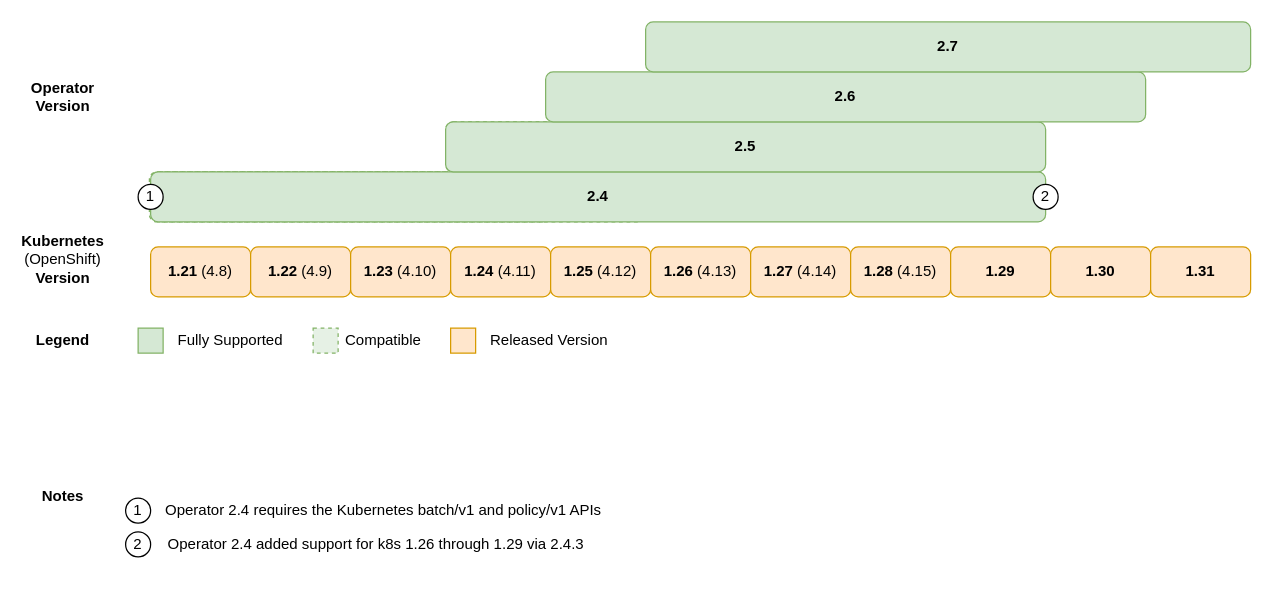
The draw.io diagram page "Compat Kuberentes" (1 of 3) of docs/dev/drawio-charts/k8s-compat.drawio in couchbase/couchbase-operator, before the edit. Source tidied: cells renumbered, new cells numbered last; positions are measured from the earlier drawing's top-left corner, leaving out a move shared by most shapes. Both pictures are drawn from the tidied source at 125%, with x=0, y=0 at pixel (25, 21).
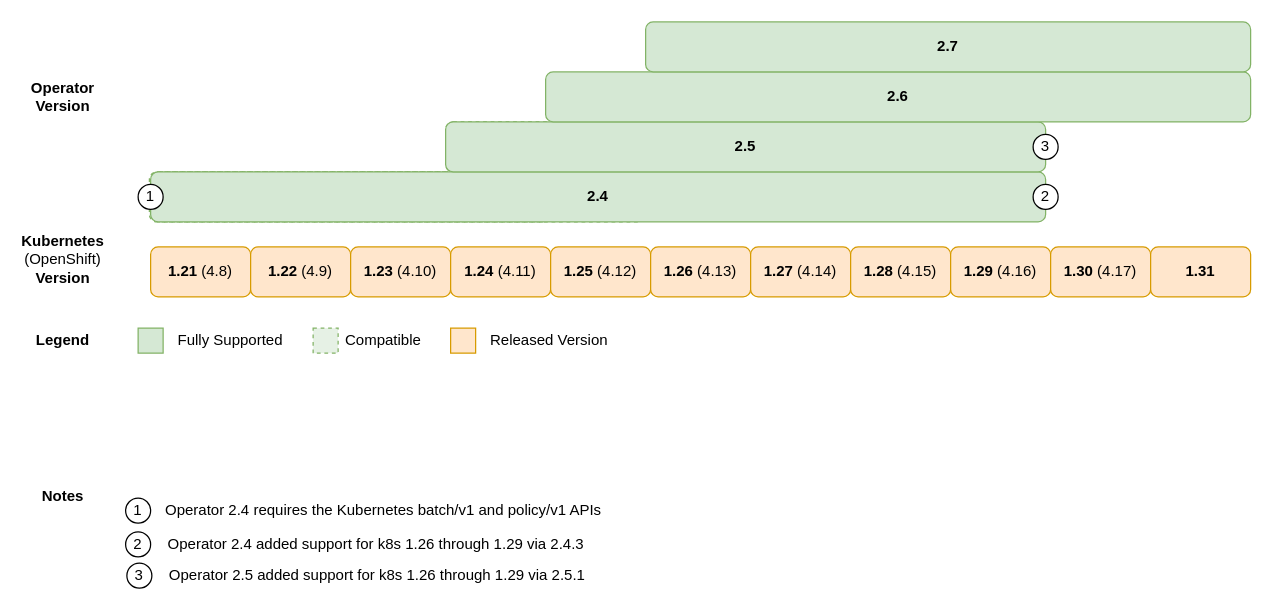
The same page after the edit.

Commit message (it also covers changes not shown here):
K8S-3653 - Update Platform Support

* Update platform support to add Openshift 4.17 to 2.7.0

Diff of the diagram source:
```diff
@@
     <mxCell id="28" value="&lt;b&gt;2.6&lt;/b&gt;" style="rounded=1;whiteSpace=wrap;html=1;fillColor=#d5e8d4;strokeColor=#82b366;" parent="1" vertex="1">
-      <mxGeometry x="416" y="40" width="480" height="40" as="geometry" />
+      <mxGeometry x="416" y="40" width="564" height="40" as="geometry" />
     </mxCell>
-    <mxCell id="29" value="&lt;b&gt;1.29&lt;/b&gt;" style="rounded=1;whiteSpace=wrap;html=1;fillColor=#ffe6cc;strokeColor=#d79b00;" parent="1" vertex="1">
+    <mxCell id="29" value="&lt;b&gt;1.29 &lt;/b&gt;(4.16)" style="rounded=1;whiteSpace=wrap;html=1;fillColor=#ffe6cc;strokeColor=#d79b00;" parent="1" vertex="1">
       <mxGeometry x="740" y="180" width="80" height="40" as="geometry" />
     </mxCell>
@@
-    <mxCell id="33" value="&lt;b&gt;1.30&lt;/b&gt;" style="rounded=1;whiteSpace=wrap;html=1;fillColor=#ffe6cc;strokeColor=#d79b00;" parent="1" vertex="1">
+    <mxCell id="33" value="&lt;b&gt;1.30 &lt;/b&gt;(4.17)" style="rounded=1;whiteSpace=wrap;html=1;fillColor=#ffe6cc;strokeColor=#d79b00;" parent="1" vertex="1">
       <mxGeometry x="820" y="180" width="80" height="40" as="geometry" />
     </mxCell>
@@
+    <mxCell id="36" value="3" style="ellipse;whiteSpace=wrap;html=1;glass=0;" parent="1" vertex="1">
+      <mxGeometry x="806" y="90" width="20" height="20" as="geometry" />
+    </mxCell>
+    <mxCell id="37" value="3" style="ellipse;whiteSpace=wrap;html=1;glass=0;" parent="1" vertex="1">
+      <mxGeometry x="81" y="433" width="20" height="20" as="geometry" />
+    </mxCell>
+    <mxCell id="38" value="Operator 2.5 added support for k8s 1.26 through 1.29 via 2.5.1" style="text;html=1;align=center;verticalAlign=middle;strokeColor=none;fillColor=none;" parent="1" vertex="1">
+      <mxGeometry x="101" y="428" width="360" height="30" as="geometry" />
+    </mxCell>
```
